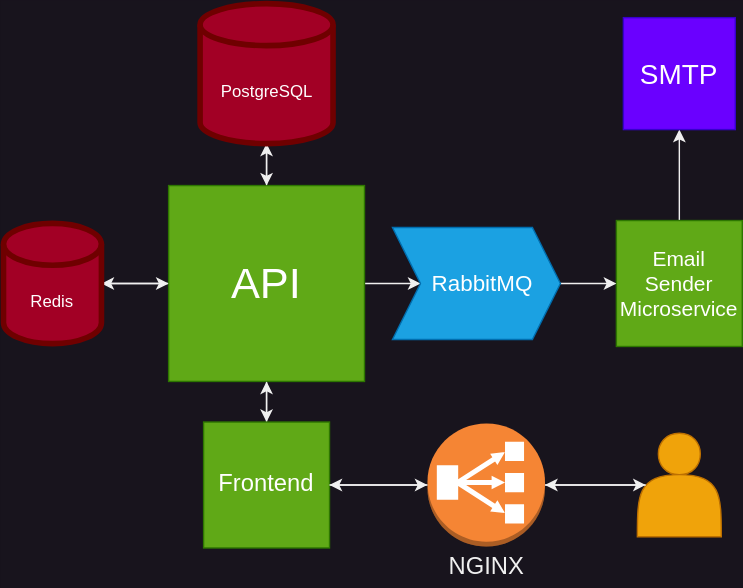
The draw.io diagram img/paste.svg in zhukovrost/paste-compose, before a commit. Source tidied: cells renumbered, new cells last; positions are measured from the earlier drawing's top-left corner, leaving out a move shared by most shapes.
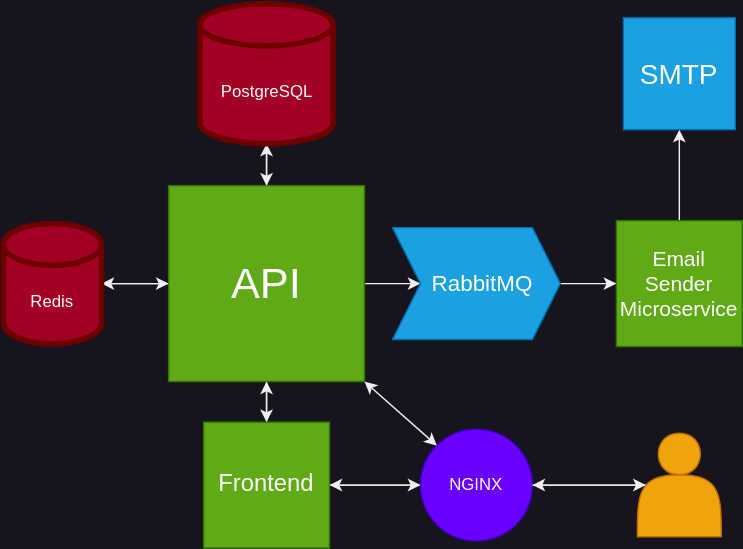
Later version of the same file.

Change to the diagram source:
```diff
@@ -26,10 +26,13 @@
     <mxCell id="9" style="edgeStyle=orthogonalEdgeStyle;rounded=0;jettySize=auto;html=1;exitX=0.5;exitY=0;exitDx=0;exitDy=0;entryX=0.5;entryY=1;entryDx=0;entryDy=0;" parent="1" edge="1" source="10" target="6">
       <mxGeometry relative="1" as="geometry" />
     </mxCell>
+    <mxCell id="26" style="edgeStyle=orthogonalEdgeStyle;rounded=0;jettySize=auto;html=1;exitX=1;exitY=0.5;exitDx=0;exitDy=0;" parent="1" edge="1" source="10" target="19">
+      <mxGeometry relative="1" as="geometry" />
+    </mxCell>
     <mxCell id="10" value="Frontend" style="whiteSpace=wrap;html=1;fontSize=17;fillColor=#60a917;strokeColor=#2D7600;fontColor=#ffffff;" parent="1" vertex="1">
       <mxGeometry x="143" y="299" width="90" height="90" as="geometry" />
     </mxCell>
-    <mxCell id="11" value="SMTP" style="whiteSpace=wrap;html=1;fillColor=#6a00ff;fontColor=#ffffff;strokeColor=#3700CC;fontSize=20;" parent="1" vertex="1">
+    <mxCell id="11" value="SMTP" style="whiteSpace=wrap;html=1;fillColor=#1ba1e2;fontColor=#ffffff;strokeColor=#006EAF;fontSize=20;" parent="1" vertex="1">
       <mxGeometry x="443" y="10" width="80" height="80" as="geometry" />
     </mxCell>
     <mxCell id="12" style="edgeStyle=orthogonalEdgeStyle;rounded=0;jettySize=auto;html=1;entryX=0;entryY=0.5;entryDx=0;entryDy=0;" parent="1" edge="1" source="13" target="6">
@@ -44,35 +47,29 @@
     <mxCell id="15" value="&amp;nbsp; RabbitMQ" style="shape=step;perimeter=stepPerimeter;whiteSpace=wrap;html=1;fixedSize=1;fontSize=16;size=20;fillColor=#1ba1e2;fontColor=#ffffff;strokeColor=#006EAF;" parent="1" vertex="1">
       <mxGeometry x="278" y="160" width="120" height="80" as="geometry" />
     </mxCell>
+    <mxCell id="27" style="edgeStyle=orthogonalEdgeStyle;rounded=0;jettySize=auto;html=1;exitX=0.1;exitY=0.5;exitDx=0;exitDy=0;exitPerimeter=0;" parent="1" edge="1" source="16" target="19">
+      <mxGeometry relative="1" as="geometry" />
+    </mxCell>
     <mxCell id="16" style="shape=actor;whiteSpace=wrap;html=1;fillColor=#f0a30a;fontColor=#000000;strokeColor=#BD7000;" parent="1" vertex="1">
       <mxGeometry x="453" y="307" width="60" height="74" as="geometry" />
     </mxCell>
-    <mxCell id="17" style="group;" parent="1" vertex="1">
-      <mxGeometry x="303" y="300" width="84" height="118" as="geometry" />
-    </mxCell>
-    <mxCell id="18" style="outlineConnect=0;dashed=0;verticalLabelPosition=bottom;verticalAlign=top;align=center;html=1;shape=mxgraph.aws3.classic_load_balancer;fillColor=#F58534;gradientColor=none;" parent="17" vertex="1">
-      <mxGeometry width="84" height="88" as="geometry" />
-    </mxCell>
-    <mxCell id="19" value="NGINX" style="text;html=1;align=center;verticalAlign=middle;points=[];strokeColor=none;fillColor=none;fontSize=17;" parent="17" vertex="1">
-      <mxGeometry x="2" y="88" width="80" height="30" as="geometry" />
-    </mxCell>
-    <mxCell id="20" style="edgeStyle=orthogonalEdgeStyle;rounded=0;jettySize=auto;html=1;exitX=0;exitY=0.5;exitDx=0;exitDy=0;exitPerimeter=0;entryX=1;entryY=0.5;entryDx=0;entryDy=0;" parent="1" edge="1" source="18" target="10">
-      <mxGeometry relative="1" as="geometry" />
-    </mxCell>
-    <mxCell id="21" style="edgeStyle=orthogonalEdgeStyle;rounded=0;jettySize=auto;html=1;exitX=0.1;exitY=0.5;exitDx=0;exitDy=0;exitPerimeter=0;entryX=1;entryY=0.5;entryDx=0;entryDy=0;entryPerimeter=0;" parent="1" edge="1" source="16" target="18">
-      <mxGeometry relative="1" as="geometry" />
-    </mxCell>
-    <mxCell id="22" style="edgeStyle=orthogonalEdgeStyle;rounded=0;jettySize=auto;html=1;exitX=1;exitY=0.5;exitDx=0;exitDy=0;entryX=0;entryY=0.5;entryDx=0;entryDy=0;entryPerimeter=0;" parent="1" edge="1" source="10" target="18">
-      <mxGeometry relative="1" as="geometry" />
-    </mxCell>
-    <mxCell id="23" style="edgeStyle=orthogonalEdgeStyle;rounded=0;jettySize=auto;html=1;exitX=1;exitY=0.5;exitDx=0;exitDy=0;exitPerimeter=0;entryX=0.1;entryY=0.5;entryDx=0;entryDy=0;entryPerimeter=0;" parent="1" edge="1" source="18" target="16">
-      <mxGeometry relative="1" as="geometry" />
-    </mxCell>
     <mxCell id="24" style="edgeStyle=orthogonalEdgeStyle;rounded=0;jettySize=auto;html=1;exitX=0.5;exitY=1;exitDx=0;exitDy=0;exitPerimeter=0;entryX=0.5;entryY=0;entryDx=0;entryDy=0;" parent="1" edge="1" source="25" target="6">
       <mxGeometry relative="1" as="geometry" />
     </mxCell>
     <mxCell id="25" value="PostgreSQL" style="shape=cylinder3;whiteSpace=wrap;html=1;boundedLbl=1;backgroundOutline=1;size=15;fillColor=#a20025;fontColor=#ffffff;strokeColor=#6F0000;strokeWidth=4;" parent="1" vertex="1">
       <mxGeometry x="140.5" width="95" height="100" as="geometry" />
     </mxCell>
+    <mxCell id="28" style="edgeStyle=orthogonalEdgeStyle;rounded=0;jettySize=auto;html=1;exitX=0;exitY=0.5;exitDx=0;exitDy=0;entryX=1;entryY=0.5;entryDx=0;entryDy=0;" parent="1" edge="1" source="19" target="10">
+      <mxGeometry relative="1" as="geometry" />
+    </mxCell>
+    <mxCell id="19" value="NGINX" style="ellipse;whiteSpace=wrap;html=1;fillColor=#6a00ff;fontColor=#ffffff;strokeColor=#3700CC;" parent="1" vertex="1">
+      <mxGeometry x="298" y="304" width="80" height="80" as="geometry" />
+    </mxCell>
+    <mxCell id="29" style="edgeStyle=orthogonalEdgeStyle;rounded=0;jettySize=auto;html=1;exitX=1;exitY=0.5;exitDx=0;exitDy=0;entryX=0.1;entryY=0.5;entryDx=0;entryDy=0;entryPerimeter=0;" parent="1" edge="1" source="19" target="16">
+      <mxGeometry relative="1" as="geometry" />
+    </mxCell>
+    <mxCell id="30" style="endArrow=classic;startArrow=classic;html=1;rounded=0;exitX=1;exitY=1;exitDx=0;exitDy=0;entryX=0;entryY=0;entryDx=0;entryDy=0;" parent="1" edge="1" source="6" target="19">
+      <mxGeometry relative="1" as="geometry" />
+    </mxCell>
   </root>
 </mxGraphModel>
```
